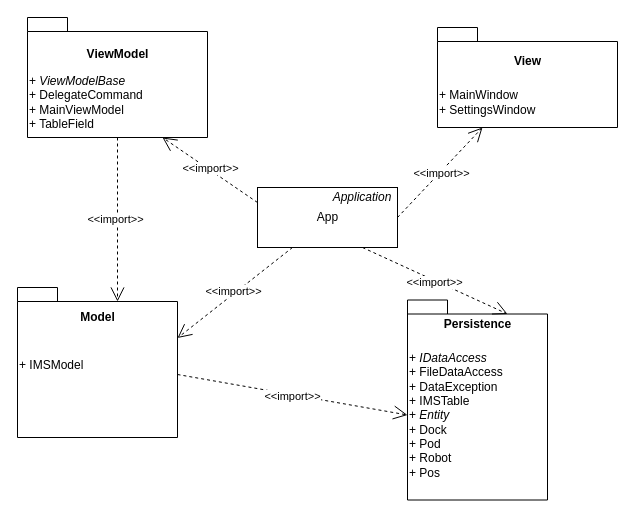
Earlier version of the draw.io diagram documents/uml/Package_diagram.drawio (Toncsimoncsi/Inventory-Management-System). Source tidied: cells renumbered, new cells numbered last; positions are measured from the earlier drawing's top-left corner, leaving out a move shared by most shapes. Both pictures are drawn from the tidied source at 100%, with x=0, y=0 at pixel (17, 17).
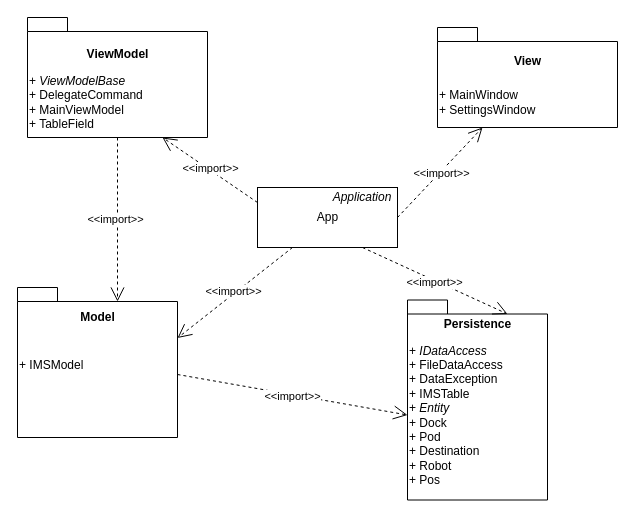
The same page after the edit.

Commit message (it also covers changes not shown here):
package diagram added as jpg for md file

Diff of the diagram source:
```diff
@@
 <mxGraphModel>
   <root>
     <mxCell id="0" />
     <mxCell id="1" parent="0" />
     <mxCell id="2" value="View&lt;br&gt;&lt;br&gt;&lt;br&gt;&lt;br&gt;" style="shape=folder;fontStyle=1;spacingTop=10;tabWidth=40;tabHeight=14;tabPosition=left;html=1;align=center;" parent="1" vertex="1">
       <mxGeometry x="420" y="10" width="180" height="100" as="geometry" />
     </mxCell>
     <mxCell id="3" value="&lt;span style=&quot;white-space: nowrap&quot;&gt;+ MainWindow&lt;br&gt;+ SettingsWindow&lt;br&gt;&lt;/span&gt;" style="text;html=1;strokeColor=none;fillColor=none;align=left;verticalAlign=middle;whiteSpace=wrap;rounded=0;" parent="1" vertex="1">
       <mxGeometry x="420" y="60" width="180" height="50" as="geometry" />
     </mxCell>
     <mxCell id="4" value="ViewModel&lt;br&gt;&lt;br&gt;&lt;br&gt;&lt;br&gt;&lt;br&gt;" style="shape=folder;fontStyle=1;spacingTop=10;tabWidth=40;tabHeight=14;tabPosition=left;html=1;" parent="1" vertex="1">
       <mxGeometry x="10" width="180" height="120" as="geometry" />
     </mxCell>
     <mxCell id="5" value="+ &lt;i&gt;ViewModelBase&lt;/i&gt;&lt;br&gt;+ DelegateCommand&lt;br&gt;+ MainViewModel&lt;br&gt;+ TableField" style="text;html=1;strokeColor=none;fillColor=none;align=left;verticalAlign=middle;whiteSpace=wrap;rounded=0;" parent="1" vertex="1">
       <mxGeometry x="10" y="50" width="180" height="70" as="geometry" />
     </mxCell>
     <mxCell id="6" value="App" style="html=1;" parent="1" vertex="1">
       <mxGeometry x="240" y="170" width="140" height="60" as="geometry" />
     </mxCell>
     <mxCell id="7" value="&lt;i&gt;Application&lt;/i&gt;" style="text;html=1;strokeColor=none;fillColor=none;align=center;verticalAlign=middle;whiteSpace=wrap;rounded=0;" parent="1" vertex="1">
       <mxGeometry x="310" y="170" width="70" height="20" as="geometry" />
     </mxCell>
     <mxCell id="8" value="Model&lt;br&gt;&lt;br&gt;&lt;br&gt;&lt;br&gt;&lt;br&gt;&lt;br&gt;&lt;br&gt;&lt;br&gt;" style="shape=folder;fontStyle=1;spacingTop=10;tabWidth=40;tabHeight=14;tabPosition=left;html=1;" parent="1" vertex="1">
       <mxGeometry y="270" width="160" height="150" as="geometry" />
     </mxCell>
     <mxCell id="9" value="Persistence&lt;br&gt;&lt;br&gt;&lt;br&gt;&lt;br&gt;&lt;br&gt;&lt;br&gt;" style="shape=folder;fontStyle=1;spacingTop=10;tabWidth=40;tabHeight=14;tabPosition=left;html=1;verticalAlign=top;" parent="1" vertex="1">
       <mxGeometry x="390" y="282.5" width="140" height="200" as="geometry" />
     </mxCell>
     <mxCell id="10" value="+ IMSModel&lt;br&gt;" style="text;html=1;strokeColor=none;fillColor=none;align=left;verticalAlign=middle;whiteSpace=wrap;rounded=0;" parent="1" vertex="1">
       <mxGeometry y="325" width="150" height="45" as="geometry" />
     </mxCell>
-    <mxCell id="11" value="+ &lt;i&gt;IDataAccess&lt;/i&gt;&lt;br&gt;+ FileDataAccess&lt;br&gt;+ DataException&lt;br&gt;&lt;div&gt;+ IMSTable&lt;/div&gt;&lt;div&gt;+ &lt;i&gt;Entity&lt;/i&gt;&lt;br&gt;+ Dock&lt;br&gt;+ Pod&lt;br&gt;+ Robot&lt;br&gt;+ Pos&lt;/div&gt;" style="text;html=1;strokeColor=none;fillColor=none;align=left;verticalAlign=middle;whiteSpace=wrap;rounded=0;" parent="1" vertex="1">
+    <mxCell id="11" value="+ &lt;i&gt;IDataAccess&lt;/i&gt;&lt;br&gt;+ FileDataAccess&lt;br&gt;+ DataException&lt;br&gt;&lt;div&gt;+ IMSTable&lt;/div&gt;&lt;div&gt;+ &lt;i&gt;Entity&lt;/i&gt;&lt;br&gt;+ Dock&lt;br&gt;+ Pod&lt;/div&gt;&lt;div&gt;+ Destination&lt;br&gt;+ Robot&lt;br&gt;+ Pos&lt;/div&gt;" style="text;html=1;strokeColor=none;fillColor=none;align=left;verticalAlign=middle;whiteSpace=wrap;rounded=0;" parent="1" vertex="1">
       <mxGeometry x="390" y="340" width="160" height="115" as="geometry" />
     </mxCell>
     <mxCell id="12" value="&amp;lt;&amp;lt;import&amp;gt;&amp;gt;" style="endArrow=open;endSize=12;dashed=1;html=1;entryX=0;entryY=0.5;entryDx=0;entryDy=0;exitX=0;exitY=0;exitDx=160;exitDy=87;exitPerimeter=0;" parent="1" edge="1" source="8" target="11">
       <mxGeometry y="-2" relative="1" as="geometry" />
     </mxCell>
     <mxCell id="13" value="&amp;lt;&amp;lt;import&amp;gt;&amp;gt;" style="endArrow=open;endSize=12;dashed=1;html=1;exitX=0.5;exitY=1;exitDx=0;exitDy=0;exitPerimeter=0;entryX=0;entryY=0;entryDx=100;entryDy=14;entryPerimeter=0;" parent="1" edge="1" source="4" target="8">
       <mxGeometry y="-2" relative="1" as="geometry" />
     </mxCell>
     <mxCell id="14" value="&amp;lt;&amp;lt;import&amp;gt;&amp;gt;" style="endArrow=open;endSize=12;dashed=1;html=1;exitX=0;exitY=0.25;exitDx=0;exitDy=0;entryX=0.75;entryY=1;entryDx=0;entryDy=0;" parent="1" edge="1" source="6" target="5">
       <mxGeometry y="-2" relative="1" as="geometry" />
     </mxCell>
     <mxCell id="15" value="&amp;lt;&amp;lt;import&amp;gt;&amp;gt;" style="endArrow=open;endSize=12;dashed=1;html=1;entryX=0.25;entryY=1;entryDx=0;entryDy=0;exitX=1;exitY=0.5;exitDx=0;exitDy=0;entryPerimeter=0;" parent="1" edge="1" source="6" target="2">
       <mxGeometry y="-2" relative="1" as="geometry" />
     </mxCell>
     <mxCell id="16" value="&amp;lt;&amp;lt;import&amp;gt;&amp;gt;" style="endArrow=open;endSize=12;dashed=1;html=1;exitX=0.25;exitY=1;exitDx=0;exitDy=0;entryX=0;entryY=0;entryDx=160;entryDy=50.5;entryPerimeter=0;" parent="1" edge="1" source="6" target="8">
       <mxGeometry y="-2" relative="1" as="geometry" />
     </mxCell>
     <mxCell id="17" value="&amp;lt;&amp;lt;import&amp;gt;&amp;gt;" style="endArrow=open;endSize=12;dashed=1;html=1;exitX=0.75;exitY=1;exitDx=0;exitDy=0;entryX=0;entryY=0;entryDx=100;entryDy=14;entryPerimeter=0;" parent="1" edge="1" source="6" target="9">
       <mxGeometry y="-2" relative="1" as="geometry" />
     </mxCell>
   </root>
 </mxGraphModel>
```
